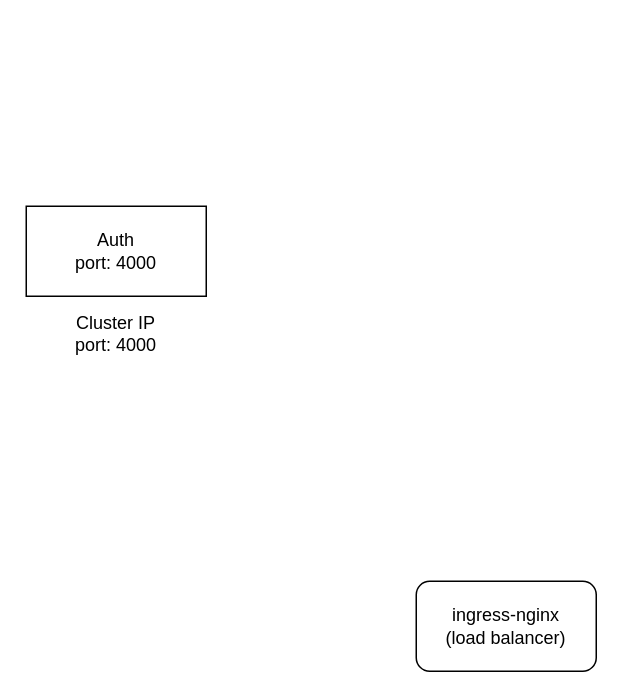
kavishkamk/ticker-hub keeps this draw.io diagram as diagrams/microservice_architecture.drawio. Above is the earlier version. Source tidied: cells renumbered, new cells numbered last; positions are measured from the earlier drawing's top-left corner, leaving out a move shared by most shapes. Both pictures are drawn from the tidied source at 150%, with x=0, y=0 at pixel (26, 206).
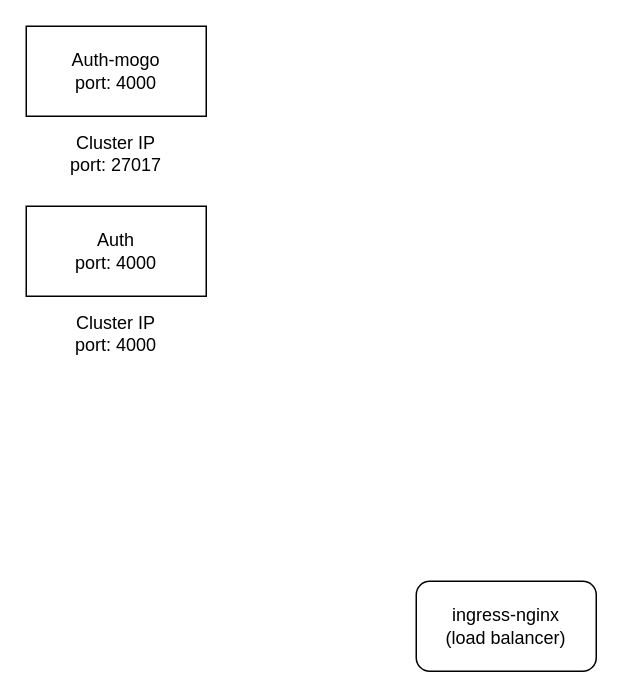
The same diagram, later.

Diff of the diagram source:
```diff
@@
 <mxGraphModel>
   <root>
     <mxCell id="0" />
     <mxCell id="1" parent="0" />
     <mxCell id="2" value="Auth&lt;br&gt;port: 4000" style="rounded=0;whiteSpace=wrap;html=1;" parent="1" vertex="1">
       <mxGeometry width="120" height="60" as="geometry" />
     </mxCell>
     <mxCell id="3" value="Cluster IP&lt;br&gt;port: 4000" style="text;html=1;strokeColor=none;fillColor=none;align=center;verticalAlign=middle;whiteSpace=wrap;rounded=0;" parent="1" vertex="1">
       <mxGeometry y="60" width="120" height="50" as="geometry" />
     </mxCell>
     <mxCell id="4" value="ingress-nginx&lt;br&gt;(load balancer)" style="rounded=1;whiteSpace=wrap;html=1;" parent="1" vertex="1">
       <mxGeometry x="260" y="250" width="120" height="60" as="geometry" />
     </mxCell>
+    <mxCell id="5" value="Auth-mogo&lt;br&gt;port: 4000" style="rounded=0;whiteSpace=wrap;html=1;" parent="1" vertex="1">
+      <mxGeometry y="-120" width="120" height="60" as="geometry" />
+    </mxCell>
+    <mxCell id="6" value="Cluster IP&lt;br&gt;port: 27017" style="text;html=1;strokeColor=none;fillColor=none;align=center;verticalAlign=middle;whiteSpace=wrap;rounded=0;" parent="1" vertex="1">
+      <mxGeometry y="-60" width="120" height="50" as="geometry" />
+    </mxCell>
   </root>
 </mxGraphModel>
```
